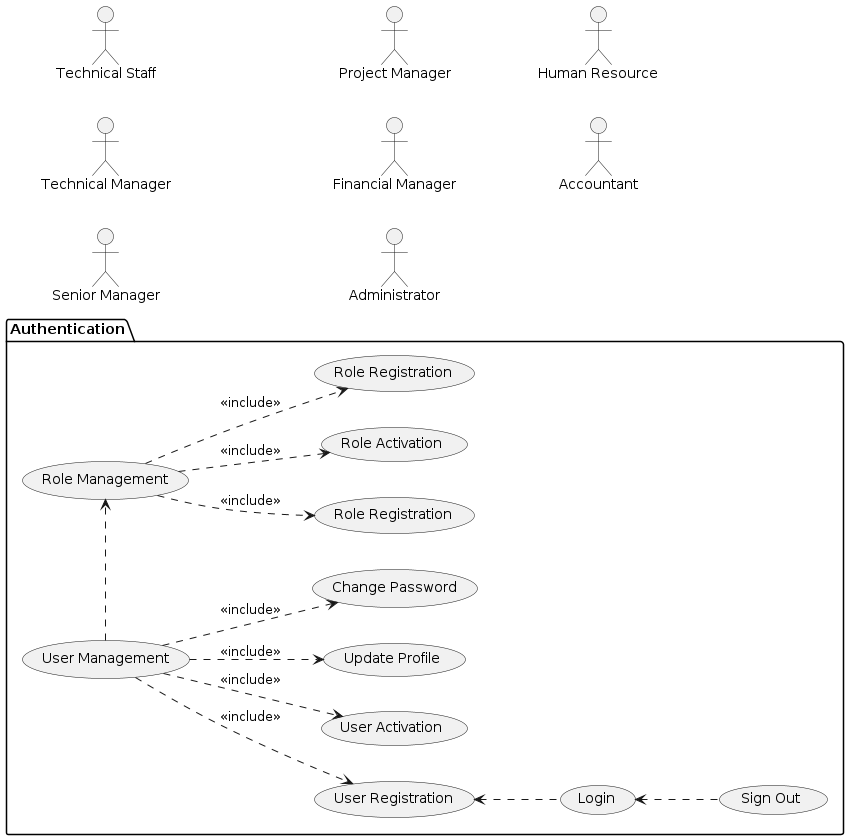
This is HorizonUml/out/UseCase/UseCaseDiagram/UseCaseDiagram.png from mahyaresteki/Horizon, a PlantUML export, as it was before one commit.
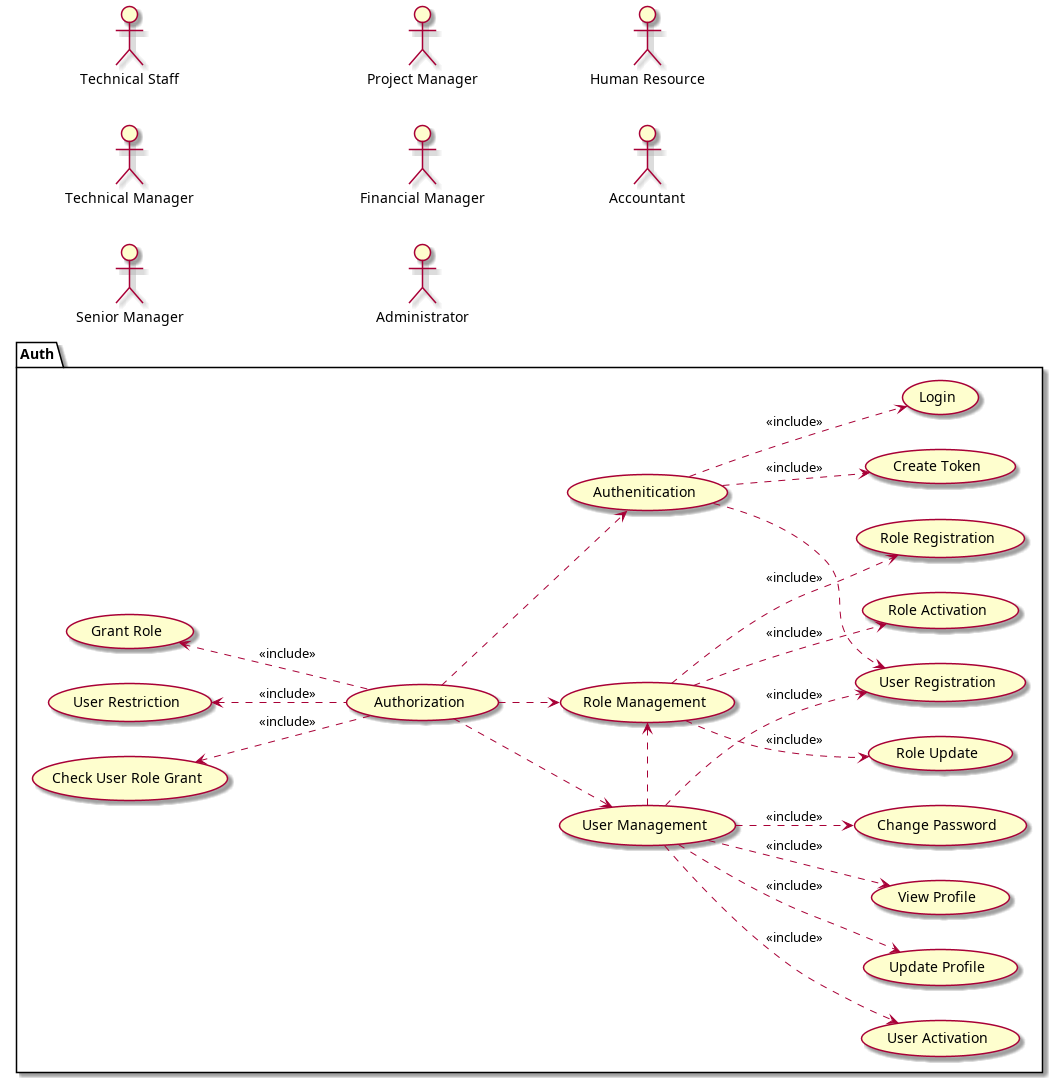
The same file after the commit.

What changed in the source:
```diff
@@ -10,18 +10,25 @@
 :Human Resource: as HR
 :Accountant: as Accountant
 
-package "Authentication"{
+package "Auth"{
     usecase "Role Management" as roleManagement
     usecase "Role Registration" as roleRegistration
-    usecase "Role Registration" as roleUpdate
+    usecase "Role Update" as roleUpdate
     usecase "Role Activation" as roleActivation
     usecase "User Management" as userManagement
     usecase "User Registration" as userRegistration
     usecase "User Activation" as userActivation
     usecase "Update Profile" as updateProfile
+    usecase "View Profile" as viewProfile
     usecase "Change Password" as changePassword
+    usecase "Authenitication" as authentication
     usecase "Login" as login
-    usecase "Sign Out" as signOut
+    usecase "Create Token" as createToken
+    usecase "Authorization" as authorization
+    usecase "Grant Role" as grantRole
+    usecase "User Restriction" as userRestriction
+    usecase "Check User Role Grant" as checkGrant
+
 }
 
 userManagement .> roleManagement
@@ -32,9 +39,19 @@
 userManagement ..> userRegistration :<<include>>
 userManagement ..> userActivation :<<include>>
 userManagement ..> updateProfile :<<include>>
+userManagement ..> viewProfile :<<include>>
 userManagement ..> changePassword :<<include>>
 
-userRegistration <.. login
-login <.. signOut
+authentication ..> userRegistration
+authentication ..> login : <<include>>
+authentication ..> createToken : <<include>>
+
+authorization ..>  roleManagement
+authorization ..> authentication
+authorization ..> userManagement
+
+grantRole <.. authorization : <<include>>
+userRestriction <.. authorization : <<include>>
+checkGrant <.. authorization : <<include>>
 
 @enduml
```
